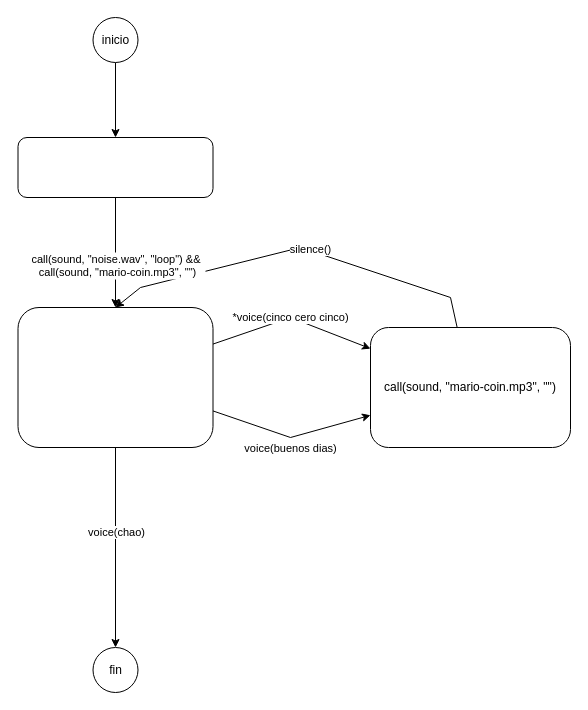
ejfdelgado/ejflab keeps this draw.io diagram as data/ue/scenes/caso1.drawio. Above is the earlier version. Source tidied: cells renumbered, new cells numbered last; positions are measured from the earlier drawing's top-left corner, leaving out a move shared by most shapes. Both pictures are drawn from the tidied source at 100%, with x=0, y=0 at pixel (18, 17).
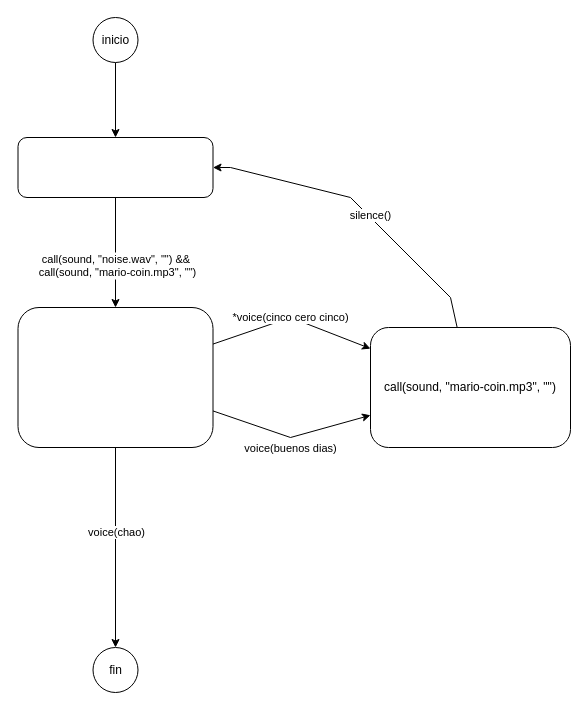
The same page after the edit.

The change refers to these unchanged cells:
```xml
<mxCell id="4" value="call(sound, &quot;mario-coin.mp3&quot;, &quot;&quot;)" style="rounded=1;whiteSpace=wrap;html=1;fontSize=12;glass=0;strokeWidth=1;shadow=0;" parent="1" vertex="1">
  <mxGeometry x="352" y="310" width="200" height="120" as="geometry" />
</mxCell>
<mxCell id="13" style="rounded=1;whiteSpace=wrap;html=1;" parent="1" vertex="1">
  <mxGeometry x="-0.5" y="290" width="195" height="140" as="geometry" />
</mxCell>
<mxCell id="15" style="edgeStyle=none;rounded=0;html=1;" parent="1" edge="1" source="18" target="13">
  <mxGeometry relative="1" as="geometry" />
</mxCell>
```

Diff of the diagram source:
```diff
@@
-    <mxCell id="2" style="edgeStyle=none;rounded=0;html=1;entryX=0.5;entryY=0;entryDx=0;entryDy=0;" parent="1" edge="1" source="4" target="13">
+    <mxCell id="2" style="edgeStyle=none;rounded=0;html=1;entryX=1;entryY=0.5;entryDx=0;entryDy=0;" parent="1" edge="1" source="4" target="18">
       <mxGeometry relative="1" as="geometry">
         <Array as="points">
           <mxPoint x="432" y="280" />
-          <mxPoint x="282" y="230" />
-          <mxPoint x="122" y="270" />
+          <mxPoint x="332" y="180" />
+          <mxPoint x="212" y="150" />
         </Array>
       </mxGeometry>
     </mxCell>
@@
-    <mxCell id="17" value="call(sound, &quot;noise.wav&quot;, &quot;loop&quot;) &amp;&amp; &#10;call(sound, &quot;mario-coin.mp3&quot;, &quot;&quot;)" style="edgeLabel;align=center;verticalAlign=middle;" parent="15" vertex="1">
+    <mxCell id="17" value="call(sound, &quot;noise.wav&quot;, &quot;&quot;) &amp;&amp; &#10;call(sound, &quot;mario-coin.mp3&quot;, &quot;&quot;)" style="edgeLabel;align=center;verticalAlign=middle;" parent="15" vertex="1">
       <mxGeometry x="0.22" y="2" relative="1" as="geometry" />
     </mxCell>
-    <mxCell id="18" value="&lt;div style=&quot;color: rgb(212, 212, 212); background-color: rgb(30, 30, 30); font-family: &amp;quot;Droid Sans Mono&amp;quot;, &amp;quot;monospace&amp;quot;, monospace; font-size: 14px; line-height: 19px;&quot;&gt;&lt;br&gt;&lt;/div&gt;" style="rounded=1;whiteSpace=wrap;html=1;" parent="1" vertex="1">
+    <mxCell id="18" style="rounded=1;whiteSpace=wrap;" parent="1" vertex="1">
       <mxGeometry x="-0.5" y="120" width="195" height="60" as="geometry" />
     </mxCell>
```
